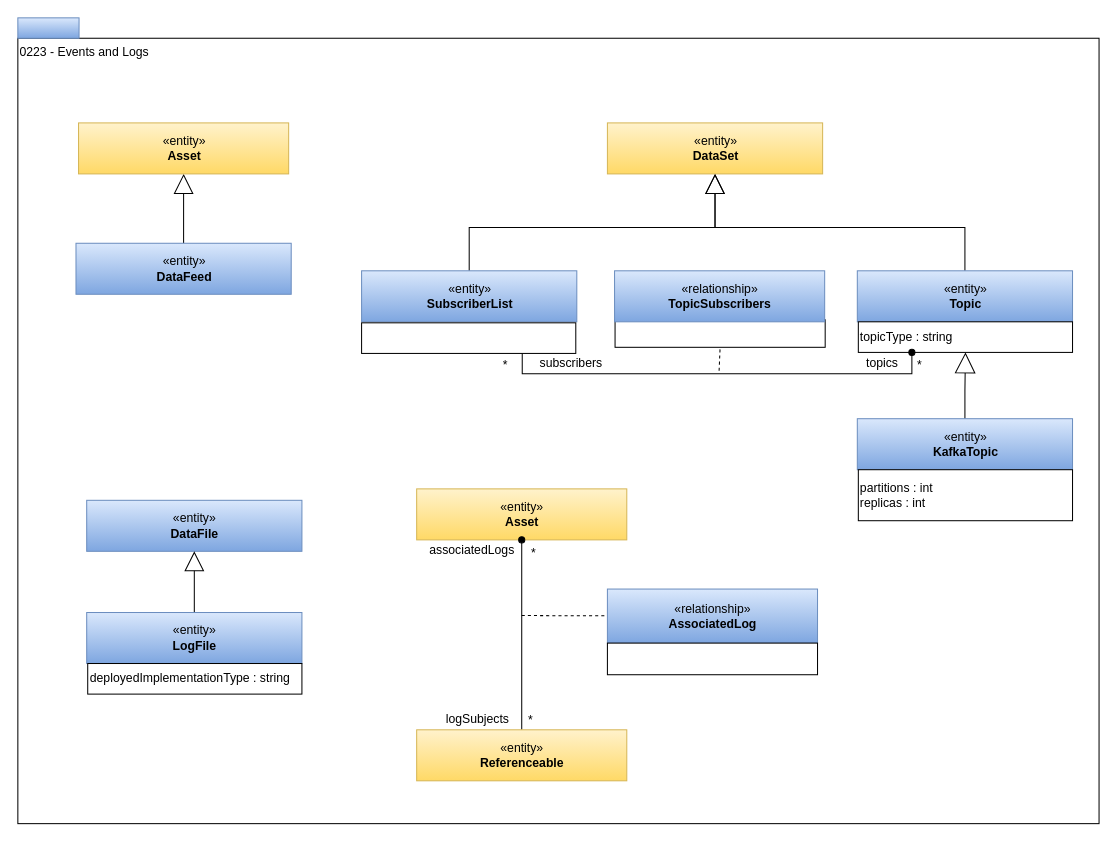
This is page "0223-Events-and-Logs" (12 of 23) of site/docs/types/2/area-2-assets.drawio from odpi/egeria-docs, a draw.io file, before an edit. Source tidied: cells renumbered, new cells numbered last; positions are measured from the earlier drawing's top-left corner, leaving out a move shared by most shapes. Both pictures are drawn from the tidied source at 102%, with x=0, y=0 at pixel (17, 17).
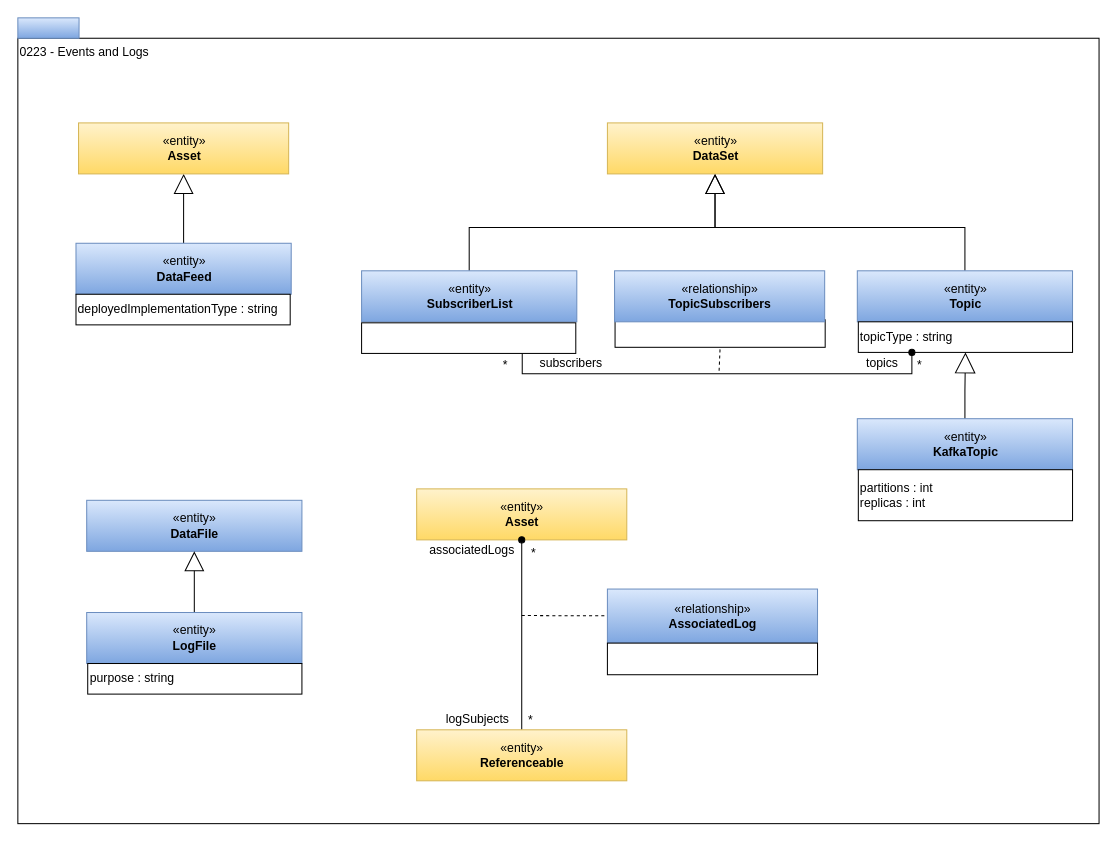
The same page after the edit.

The edit, as a diff of the source:
```diff
@@
-    <mxCell id="7" value="deployedImplementationType : string" style="rounded=0;whiteSpace=wrap;html=1;strokeColor=#000000;gradientColor=#ffffff;align=left;" parent="1" vertex="1">
+    <mxCell id="7" value="purpose : string" style="rounded=0;whiteSpace=wrap;html=1;strokeColor=#000000;gradientColor=#ffffff;align=left;" parent="1" vertex="1">
       <mxGeometry x="68.5" y="633" width="210" height="30" as="geometry" />
     </mxCell>
@@
+    <mxCell id="39" value="deployedImplementationType : string" style="rounded=0;whiteSpace=wrap;html=1;strokeColor=#000000;gradientColor=#ffffff;align=left;" parent="1" vertex="1">
+      <mxGeometry x="57" y="271" width="210" height="30" as="geometry" />
+    </mxCell>
```
